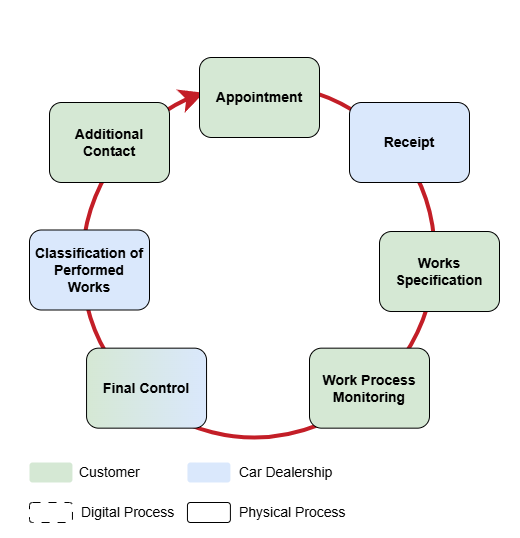
Earlier version of the draw.io export pictures/Lifecycle Aftersales previous.png (JoelRai07/Digital-Twins-and-PdM). Source tidied: cells renumbered, new cells last; positions are measured from the earlier drawing's top-left corner, leaving out a move shared by most shapes.
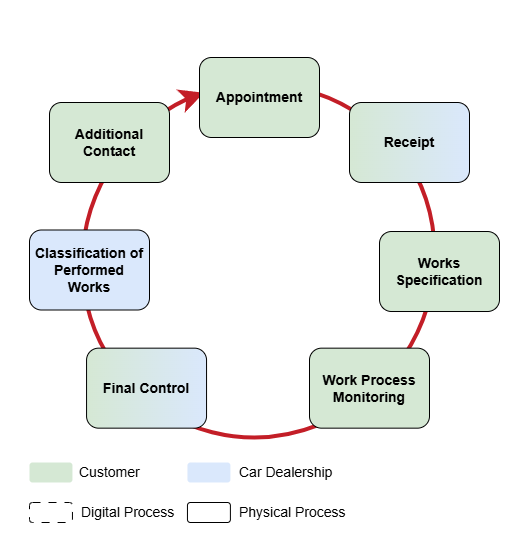
After the commit.

The edit, as a diff of the source:
```diff
@@ -17,7 +17,7 @@
     <mxCell id="6" value="&lt;b&gt;&lt;font style=&quot;font-size: 14px;&quot;&gt;Appointment&lt;/font&gt;&lt;/b&gt;" style="rounded=1;whiteSpace=wrap;html=1;strokeColor=default;fillColor=#d5e8d4;" parent="1" vertex="1">
       <mxGeometry x="180" y="10" width="120" height="80" as="geometry" />
     </mxCell>
-    <mxCell id="7" value="&lt;b style=&quot;color: light-dark(rgb(0, 0, 0), rgb(237, 237, 237));&quot;&gt;&lt;font style=&quot;font-size: 14px;&quot;&gt;Receipt&lt;/font&gt;&lt;/b&gt;" style="rounded=1;whiteSpace=wrap;html=1;strokeColor=light-dark(#000000, #5c79a3);fillColor=#dae8fc;glass=0;shadow=0;gradientColor=none;gradientDirection=west;" parent="1" vertex="1">
+    <mxCell id="7" value="&lt;b style=&quot;color: light-dark(rgb(0, 0, 0), rgb(237, 237, 237));&quot;&gt;&lt;font style=&quot;font-size: 14px;&quot;&gt;Receipt&lt;/font&gt;&lt;/b&gt;" style="rounded=1;whiteSpace=wrap;html=1;strokeColor=light-dark(#000000, #5c79a3);fillColor=#dae8fc;glass=0;shadow=0;gradientColor=#D5E8D4;gradientDirection=west;" parent="1" vertex="1">
       <mxGeometry x="330" y="55" width="120" height="80" as="geometry" />
     </mxCell>
     <mxCell id="8" value="&lt;b&gt;&lt;font style=&quot;font-size: 14px;&quot;&gt;Works &lt;br&gt;Specification&lt;/font&gt;&lt;/b&gt;" style="rounded=1;whiteSpace=wrap;html=1;strokeColor=default;fillColor=#d5e8d4;" parent="1" vertex="1">
```
